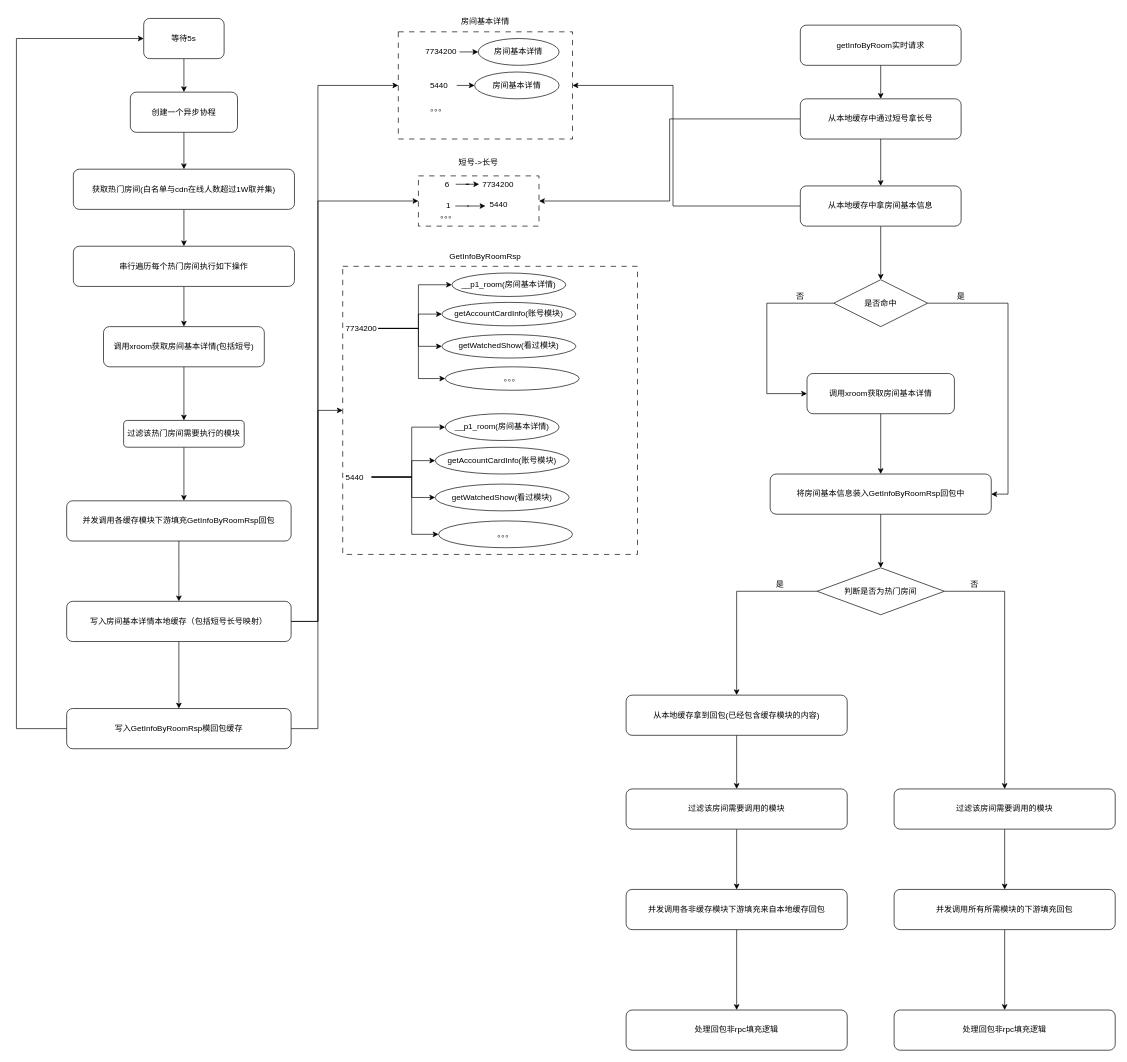
smartcharles/tech_draw keeps this draw.io diagram as 未命名绘图.drawio. Above is the earlier version. Source tidied: cells renumbered, new cells numbered last; positions are measured from the earlier drawing's top-left corner, leaving out a move shared by most shapes. Both pictures are drawn from the tidied source at 67%, with x=0, y=0 at pixel (16, 11).
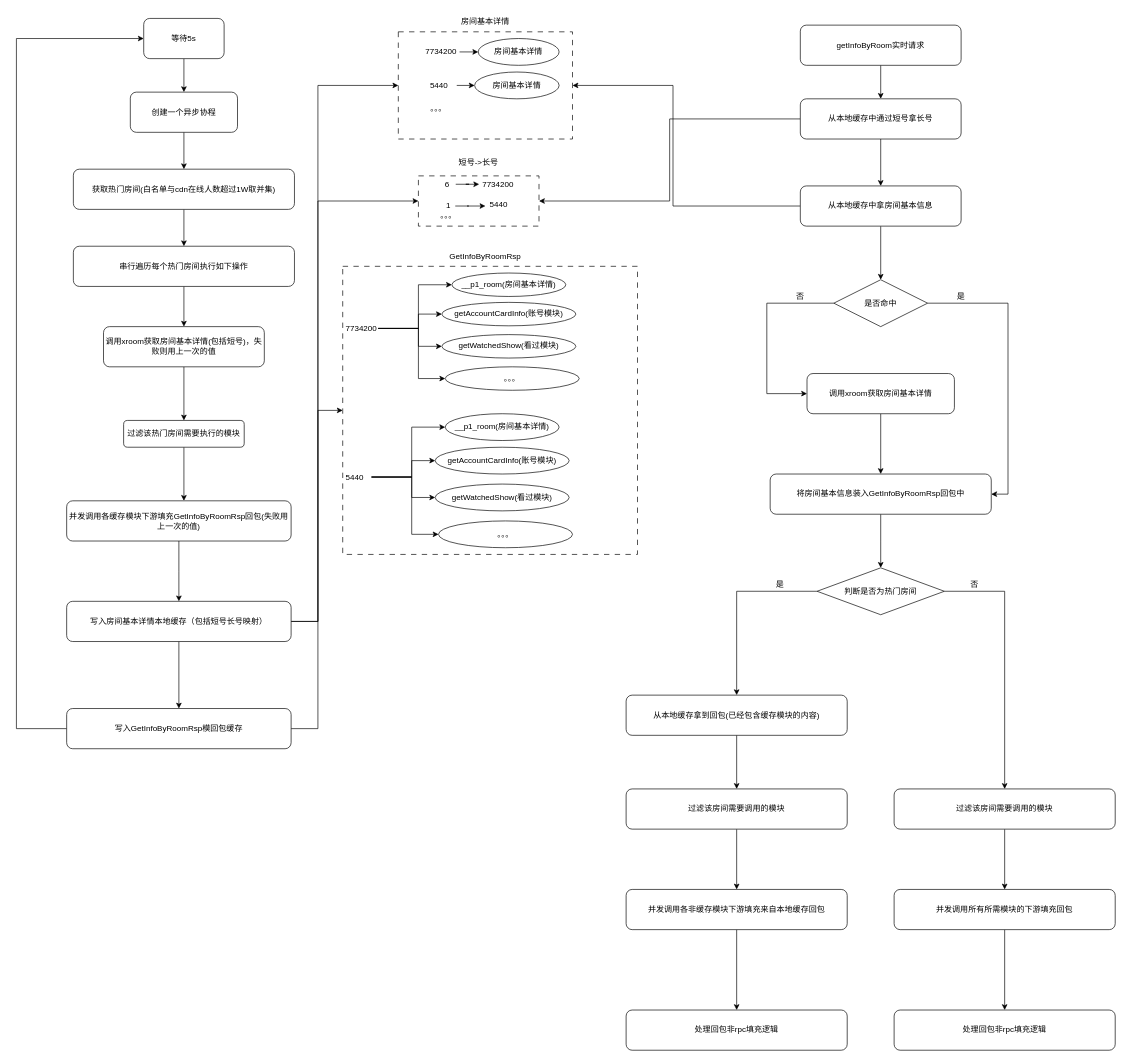
The same page after the edit.

Commit message:
当前热门房间本地缓存构架框架图.drawio

Change to the diagram source:
```diff
@@
-    <mxCell id="57" value="调用xroom获取房间基本详情(包括短号)" style="rounded=1;whiteSpace=wrap;html=1;" parent="1" vertex="1">
+    <mxCell id="57" value="调用xroom获取房间基本详情(包括短号)，失败则用上一次的值" style="rounded=1;whiteSpace=wrap;html=1;" parent="1" vertex="1">
       <mxGeometry x="130" y="470" width="240" height="60" as="geometry" />
     </mxCell>
@@
-    <mxCell id="61" value="并发调用各缓存模块下游填充GetInfoByRoomRsp回包" style="rounded=1;whiteSpace=wrap;html=1;" parent="1" vertex="1">
+    <mxCell id="61" value="并发调用各缓存模块下游填充GetInfoByRoomRsp回包(失败用上一次的值)" style="rounded=1;whiteSpace=wrap;html=1;" parent="1" vertex="1">
       <mxGeometry x="75" y="730" width="335" height="60" as="geometry" />
     </mxCell>
```
